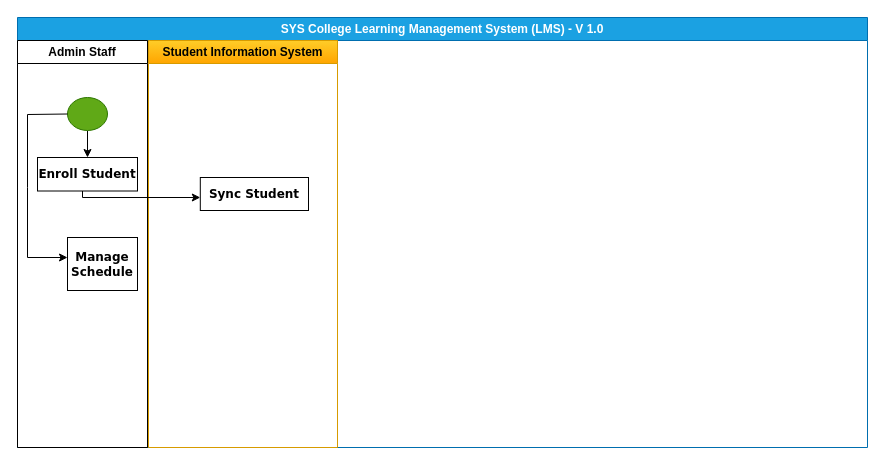
Before: 02 - LMS-SysCollege/02 - Diagrams/BusinessProcessFlow-FlowChartDiagram_v1.0.drawio in ZohaibWaqarMalik/Technical-Business-Analyst-Projects, a draw.io diagram. Source tidied: cells renumbered, new cells numbered last; positions are measured from the earlier drawing's top-left corner, leaving out a move shared by most shapes. Both pictures are drawn from the tidied source at 100%, with x=0, y=0 at pixel (17, 17).
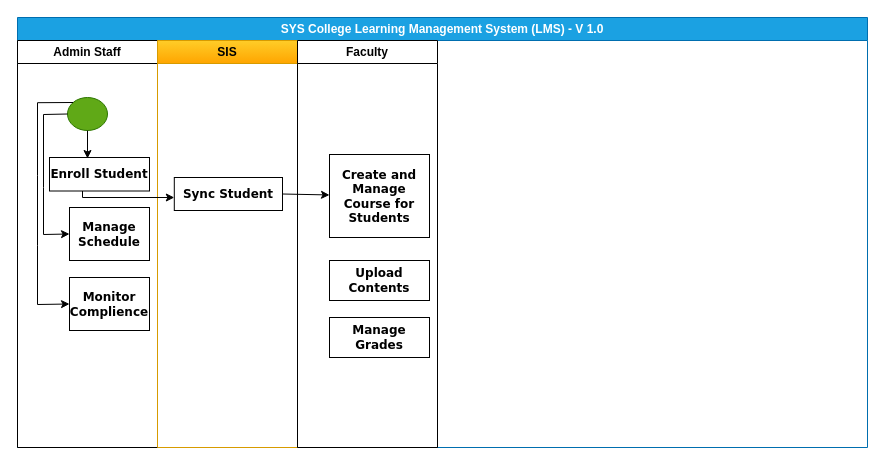
The same page after the edit.

Commit message:
Update BusinessProcessFlow-FlowChartDiagram_v1.0

Updated BusinessProcessFlow-FlowChartDiagram_v1.0 and included Processes for Faculty

Unchanged cells that the change refers to:
```xml
<mxCell id="2" value="SYS College Learning Management System (LMS) - V 1.0" style="swimlane;whiteSpace=wrap;html=1;startSize=23;fillStyle=solid;fillColor=#1ba1e2;strokeColor=#006EAF;fontColor=#ffffff;" parent="1" vertex="1">
  <mxGeometry width="850" height="430" as="geometry" />
</mxCell>
<mxCell id="5" style="ellipse;whiteSpace=wrap;html=1;fillColor=#60a917;fontColor=#ffffff;strokeColor=#2D7600;" parent="3" vertex="1">
  <mxGeometry x="50" y="57" width="40" height="33" as="geometry" />
</mxCell>
```

Change to the diagram source:
```diff
@@
     <mxCell id="3" value="Admin Staff" style="swimlane;whiteSpace=wrap;html=1;" parent="2" vertex="1">
-      <mxGeometry y="23" width="130" height="407" as="geometry" />
+      <mxGeometry y="23" width="140" height="407" as="geometry" />
     </mxCell>
-    <mxCell id="4" style="edgeStyle=orthogonalEdgeStyle;rounded=0;jettySize=auto;html=1;" parent="3" edge="1" source="5" target="6">
-      <mxGeometry relative="1" as="geometry" />
-    </mxCell>
@@
     <mxCell id="6" value="&lt;font face=&quot;Verdana&quot;&gt;&lt;b&gt;Enroll Student&lt;/b&gt;&lt;/font&gt;" style="whiteSpace=wrap;html=1;" parent="3" vertex="1">
-      <mxGeometry x="20" y="117" width="100" height="33.5" as="geometry" />
+      <mxGeometry x="32" y="117" width="100" height="33.5" as="geometry" />
     </mxCell>
-    <mxCell id="7" style="endArrow=classic;html=1;rounded=0;exitX=0;exitY=0.5;exitDx=0;exitDy=0;" parent="3" edge="1" source="5">
+    <mxCell id="7" style="endArrow=classic;html=1;rounded=0;exitX=0;exitY=0.5;exitDx=0;exitDy=0;entryX=0;entryY=0.5;entryDx=0;entryDy=0;" parent="3" edge="1" source="5" target="8">
       <mxGeometry relative="1" as="geometry">
-        <mxPoint x="50" y="217" as="targetPoint" />
         <Array as="points">
-          <mxPoint x="10" y="74" />
-          <mxPoint x="10" y="147" />
-          <mxPoint x="10" y="217" />
+          <mxPoint x="26" y="74" />
+          <mxPoint x="26" y="147" />
+          <mxPoint x="26" y="194" />
         </Array>
       </mxGeometry>
     </mxCell>
     <mxCell id="8" value="Manage&lt;div&gt;Schedule&lt;/div&gt;" style="whiteSpace=wrap;html=1;fontFamily=Verdana;fontStyle=1;" parent="3" vertex="1">
-      <mxGeometry x="50" y="197" width="70" height="53" as="geometry" />
+      <mxGeometry x="52" y="167" width="80" height="53" as="geometry" />
     </mxCell>
+    <mxCell id="12" value="Monitor&lt;div&gt;Complience&lt;/div&gt;" style="whiteSpace=wrap;html=1;fontFamily=Verdana;fontStyle=1;" parent="3" vertex="1">
+      <mxGeometry x="52" y="237" width="80" height="53" as="geometry" />
+    </mxCell>
+    <mxCell id="13" style="endArrow=classic;html=1;rounded=0;exitX=0;exitY=0;exitDx=0;exitDy=0;entryX=0;entryY=0.5;entryDx=0;entryDy=0;" parent="3" edge="1" source="5" target="12">
+      <mxGeometry relative="1" as="geometry">
+        <Array as="points">
+          <mxPoint x="20" y="62.2" />
+          <mxPoint x="20" y="135.2" />
+          <mxPoint x="20" y="205.2" />
+          <mxPoint x="20" y="264" />
+        </Array>
+      </mxGeometry>
+    </mxCell>
+    <mxCell id="4" style="endArrow=classic;html=1;rounded=0;exitX=0.5;exitY=1;exitDx=0;exitDy=0;entryX=0.38;entryY=0.03;entryDx=0;entryDy=0;entryPerimeter=0;" parent="3" edge="1" source="5" target="6">
+      <mxGeometry relative="1" as="geometry" />
+    </mxCell>
-    <mxCell id="9" value="Student Information System" style="swimlane;whiteSpace=wrap;html=1;startSize=23;fillColor=#ffcd28;strokeColor=#d79b00;gradientColor=#ffa500;" parent="2" vertex="1">
-      <mxGeometry x="131" y="23" width="189" height="407" as="geometry" />
+    <mxCell id="9" value="SIS" style="swimlane;whiteSpace=wrap;html=1;startSize=23;fillColor=#ffcd28;strokeColor=#d79b00;gradientColor=#ffa500;" parent="2" vertex="1">
+      <mxGeometry x="140" y="23" width="140" height="407" as="geometry" />
     </mxCell>
     <mxCell id="10" value="Sync Student" style="whiteSpace=wrap;html=1;fontFamily=Verdana;fontStyle=1;" parent="9" vertex="1">
-      <mxGeometry x="51.8" y="137" width="108.2" height="33" as="geometry" />
+      <mxGeometry x="16.8" y="137" width="108.2" height="33" as="geometry" />
     </mxCell>
@@
+    <mxCell id="14" value="Faculty" style="swimlane;whiteSpace=wrap;html=1;startSize=23;" parent="2" vertex="1">
+      <mxGeometry x="280" y="23" width="140" height="407" as="geometry" />
+    </mxCell>
+    <mxCell id="15" value="&lt;font face=&quot;Verdana&quot;&gt;&lt;b&gt;Create and Manage Course for Students&lt;/b&gt;&lt;/font&gt;" style="whiteSpace=wrap;html=1;" parent="14" vertex="1">
+      <mxGeometry x="32" y="114" width="100" height="83" as="geometry" />
+    </mxCell>
+    <mxCell id="16" value="&lt;font face=&quot;Verdana&quot;&gt;&lt;b&gt;Upload Contents&lt;/b&gt;&lt;/font&gt;" style="whiteSpace=wrap;html=1;" parent="14" vertex="1">
+      <mxGeometry x="32" y="220" width="100" height="40" as="geometry" />
+    </mxCell>
+    <mxCell id="17" value="&lt;font face=&quot;Verdana&quot;&gt;&lt;b&gt;Manage Grades&lt;/b&gt;&lt;/font&gt;" style="whiteSpace=wrap;html=1;" parent="14" vertex="1">
+      <mxGeometry x="32" y="277" width="100" height="40" as="geometry" />
+    </mxCell>
+    <mxCell id="18" style="endArrow=classic;html=1;rounded=0;exitX=1;exitY=0.5;exitDx=0;exitDy=0;" parent="2" edge="1" source="10" target="15">
+      <mxGeometry relative="1" as="geometry" />
+    </mxCell>
```
